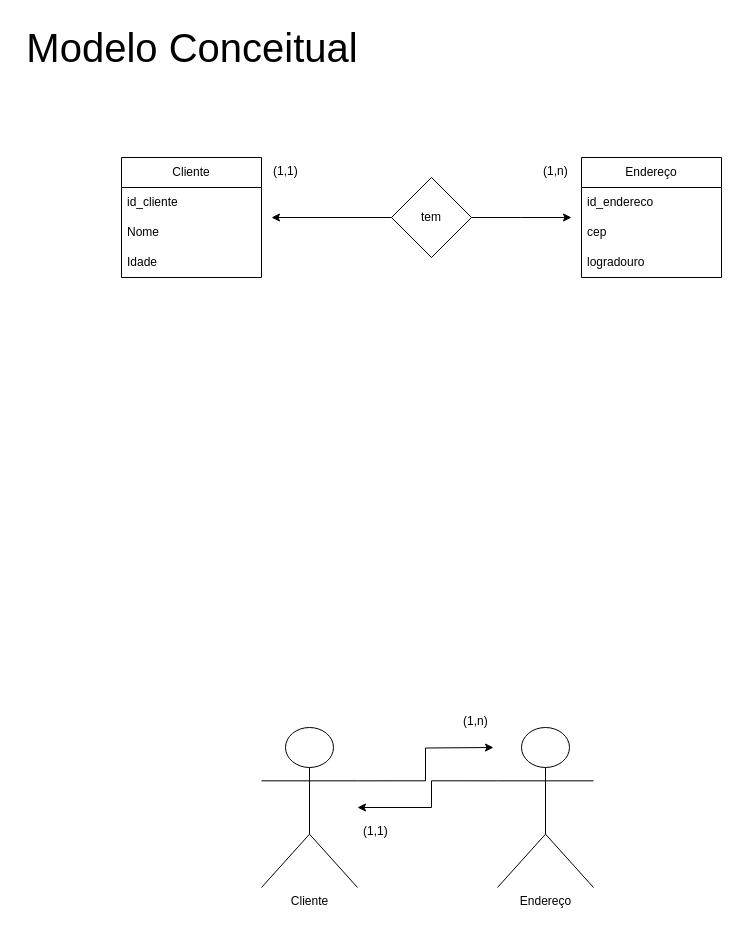
Heder-Silva-Oliveira/Modelagem_de_dados keeps this draw.io diagram as modelo_conceitual.drawio. Above is the earlier version. Source tidied: cells renumbered, new cells numbered last; positions are measured from the earlier drawing's top-left corner, leaving out a move shared by most shapes. Both pictures are drawn from the tidied source at 100%, with x=0, y=0 at pixel (17, 17).
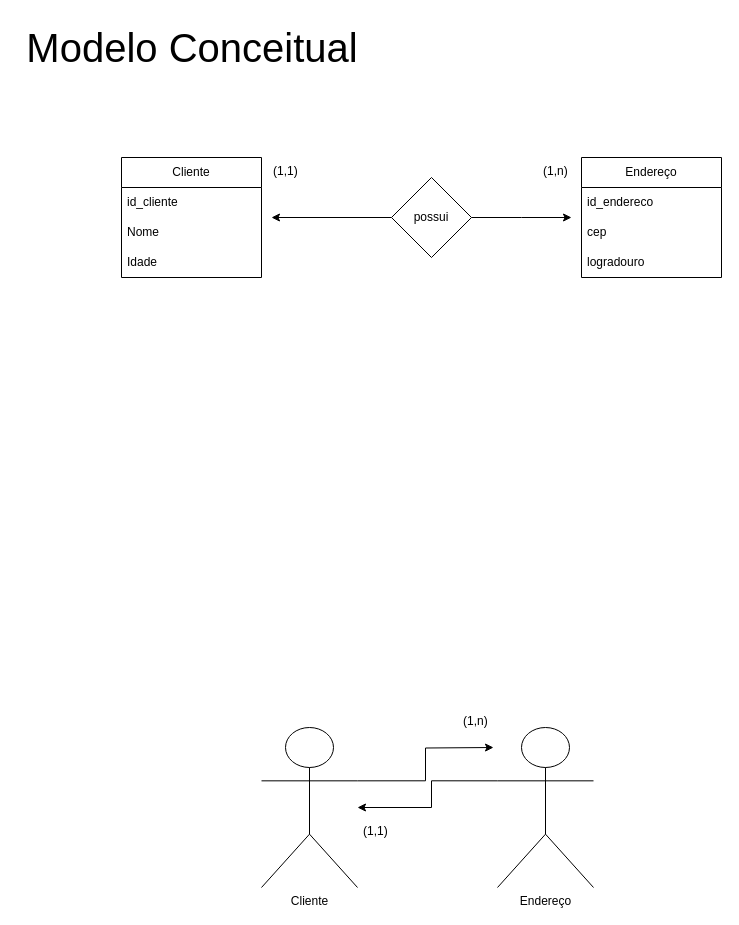
After the change.

Change to the diagram source:
```diff
@@
-    <mxCell id="12" value="tem" style="rhombus;whiteSpace=wrap;html=1;" parent="1" vertex="1">
+    <mxCell id="12" value="possui" style="rhombus;whiteSpace=wrap;html=1;" parent="1" vertex="1">
       <mxGeometry x="374" y="160" width="80" height="80" as="geometry" />
     </mxCell>
```
